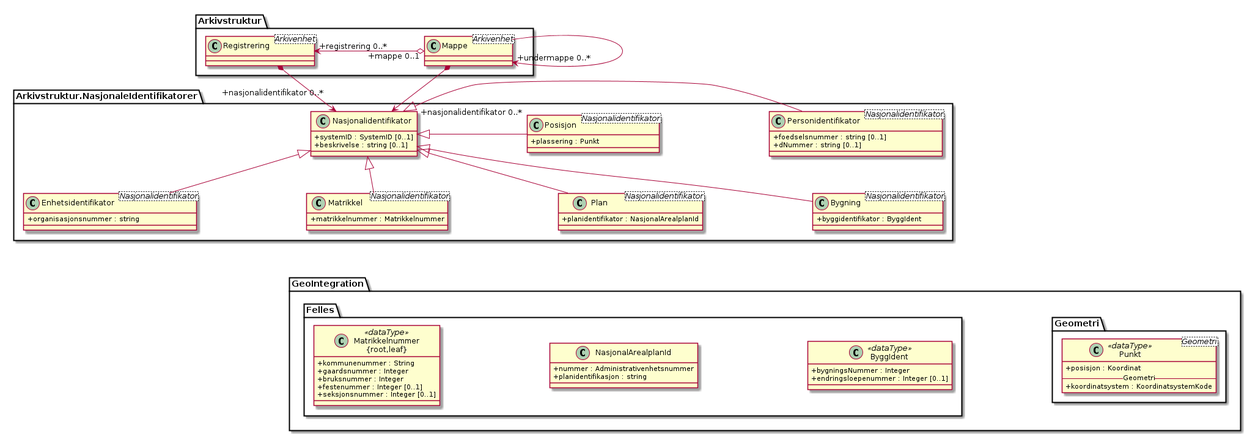
Earlier version of the PlantUML export kapitler/media/uml-bruken-av-nasjonalidentifikator.png (arkivverket/noark5-tjenestegrensesnitt-standard).
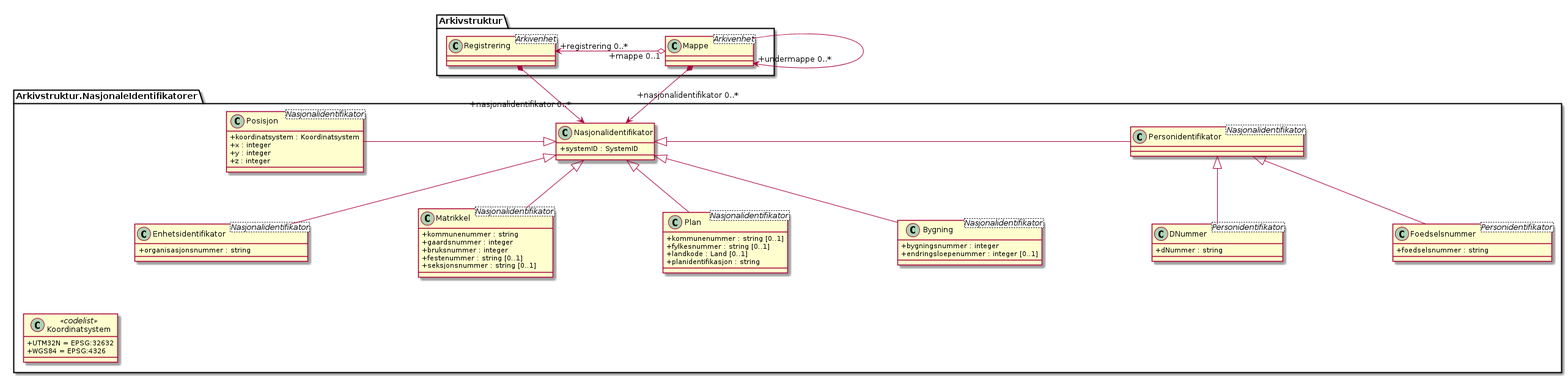
After the change.

The edit, as a diff of the source:
```diff
@@ -5,73 +5,59 @@
 class Arkivstruktur.Mappe <Arkivenhet>
 class Arkivstruktur.Registrering <Arkivenhet>
 class Arkivstruktur.NasjonaleIdentifikatorer.Bygning <Nasjonalidentifikator> {
-  +byggidentifikator : ByggIdent
+  +bygningsnummer : integer
+  +endringsloepenummer : integer [0..1]
 }
 class Arkivstruktur.NasjonaleIdentifikatorer.Enhetsidentifikator <Nasjonalidentifikator> {
   +organisasjonsnummer : string
 }
 class Arkivstruktur.NasjonaleIdentifikatorer.Matrikkel <Nasjonalidentifikator> {
-  +matrikkelnummer : Matrikkelnummer
+  +kommunenummer : string
+  +gaardsnummer : integer
+  +bruksnummer : integer
+  +festenummer : string [0..1]
+  +seksjonsnummer : string [0..1]
 }
 class Arkivstruktur.NasjonaleIdentifikatorer.Nasjonalidentifikator {
-  +systemID : SystemID [0..1]
-  +beskrivelse : string [0..1]
+  +systemID : SystemID
 }
 class Arkivstruktur.NasjonaleIdentifikatorer.Personidentifikator <Nasjonalidentifikator> {
-  +foedselsnummer : string [0..1]
-  +dNummer : string [0..1]
+}
+class Arkivstruktur.NasjonaleIdentifikatorer.Foedselsnummer <Personidentifikator> {
+  +foedselsnummer : string
+}
+class Arkivstruktur.NasjonaleIdentifikatorer.DNummer <Personidentifikator> {
+  +dNummer : string
 }
 class Arkivstruktur.NasjonaleIdentifikatorer.Plan <Nasjonalidentifikator> {
-  +planidentifikator : NasjonalArealplanId
+  +kommunenummer : string [0..1]
+  +fylkesnummer : string [0..1]
+  +landkode : Land [0..1]
+  +planidentifikasjon : string
 }
 class Arkivstruktur.NasjonaleIdentifikatorer.Posisjon <Nasjonalidentifikator> {
-  +plassering : Punkt
+  +koordinatsystem : Koordinatsystem
+  +x : integer
+  +y : integer
+  +z : integer
+}
+class Arkivstruktur.NasjonaleIdentifikatorer.Koordinatsystem <<codelist>> {
+  +UTM32N = EPSG:32632
+  +WGS84 = EPSG:4326
 }
 
-package GeoIntegration {
-
-  package Geometri {
-
-    class Punkt <Geometri> <<dataType>> {
-      +posisjon : Koordinat
-      -- Geometri --
-      +koordinatsystem : KoordinatsystemKode
-    }
-  }
-
-  package Felles {
-    class ByggIdent <<dataType>> {
-      +bygningsNummer : Integer
-      +endringsloepenummer : Integer [0..1]
-    }
-
-    class NasjonalArealplanId {
-      +nummer : Administrativenhetsnummer
-      +planidentifikasjon : string
-    }
-
-    class "Matrikkelnummer\n{root,leaf}" as Matrikkelnummer <<dataType>> {
-      +kommunenummer : String
-      +gaardsnummer : Integer
-      +bruksnummer : Integer
-      +festenummer : Integer [0..1]
-      +seksjonsnummer : Integer [0..1]
-    }
-  }
-}
 Arkivstruktur.Mappe --> "+undermappe 0..*" Arkivstruktur.Mappe
 Arkivstruktur.Registrering "+registrering 0..*" <-o "+mappe 0..1" Arkivstruktur.Mappe
 Arkivstruktur.Mappe *--> "+nasjonalidentifikator 0..*\n\n" Arkivstruktur.NasjonaleIdentifikatorer.Nasjonalidentifikator
 Arkivstruktur.Registrering *--> "+nasjonalidentifikator 0..*\n" Arkivstruktur.NasjonaleIdentifikatorer.Nasjonalidentifikator
 Arkivstruktur.NasjonaleIdentifikatorer.Posisjon -|> Arkivstruktur.NasjonaleIdentifikatorer.Nasjonalidentifikator
 Arkivstruktur.NasjonaleIdentifikatorer.Nasjonalidentifikator <|- Arkivstruktur.NasjonaleIdentifikatorer.Personidentifikator
+Arkivstruktur.NasjonaleIdentifikatorer.Personidentifikator <|-- Arkivstruktur.NasjonaleIdentifikatorer.DNummer
+Arkivstruktur.NasjonaleIdentifikatorer.Personidentifikator <|-- Arkivstruktur.NasjonaleIdentifikatorer.Foedselsnummer
 Arkivstruktur.NasjonaleIdentifikatorer.Nasjonalidentifikator <|-- Arkivstruktur.NasjonaleIdentifikatorer.Enhetsidentifikator
 Arkivstruktur.NasjonaleIdentifikatorer.Nasjonalidentifikator <|-- Arkivstruktur.NasjonaleIdentifikatorer.Bygning
 Arkivstruktur.NasjonaleIdentifikatorer.Nasjonalidentifikator <|-- Arkivstruktur.NasjonaleIdentifikatorer.Matrikkel
 Arkivstruktur.NasjonaleIdentifikatorer.Nasjonalidentifikator <|-- Arkivstruktur.NasjonaleIdentifikatorer.Plan
 
-Arkivstruktur.NasjonaleIdentifikatorer.Plan <-[hidden]-- NasjonalArealplanId
-Arkivstruktur.NasjonaleIdentifikatorer.Posisjon <-[hidden]-- Punkt
-Arkivstruktur.NasjonaleIdentifikatorer.Bygning <-[hidden]-- ByggIdent
-Arkivstruktur.NasjonaleIdentifikatorer.Matrikkel <-[hidden]-- Matrikkelnummer
+Arkivstruktur.NasjonaleIdentifikatorer.Posisjon <-[hidden]-- Arkivstruktur.NasjonaleIdentifikatorer.Koordinatsystem
 @enduml
```
